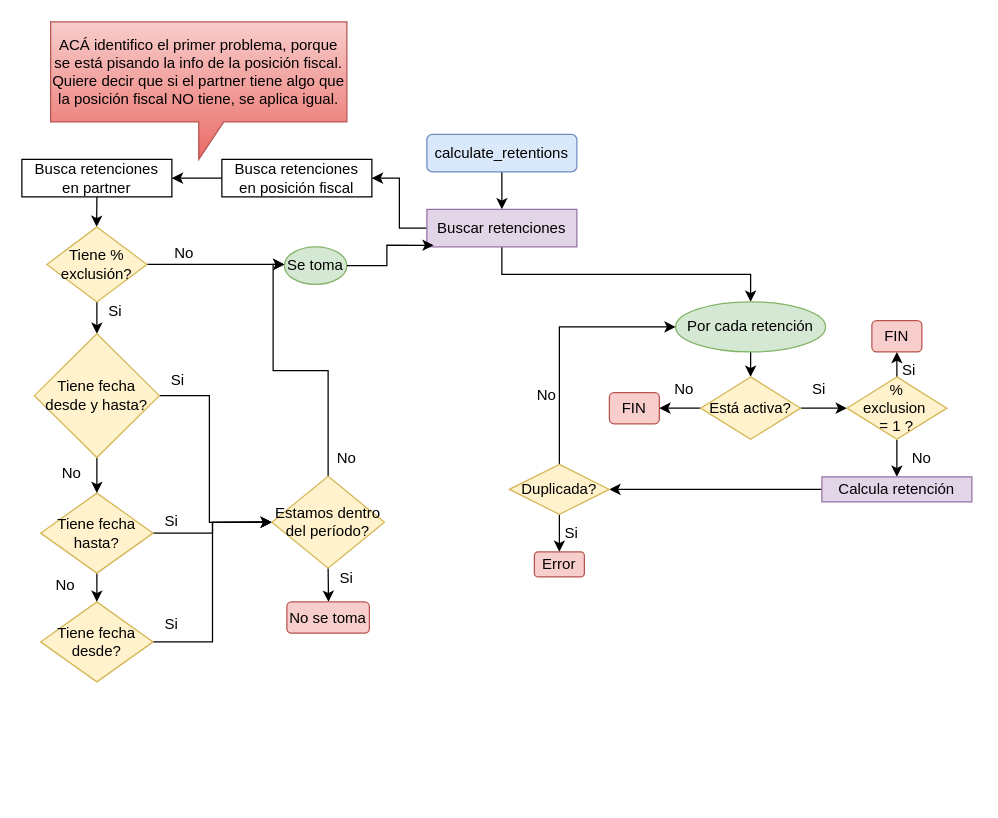
Before: calculate_retentions.drawio in mmakenn/ecommerce-cursoreactjs, a draw.io diagram. Source tidied: cells renumbered, new cells numbered last; positions are measured from the earlier drawing's top-left corner, leaving out a move shared by most shapes. Both pictures are drawn from the tidied source at 125%, with x=0, y=0 at pixel (21, 21).
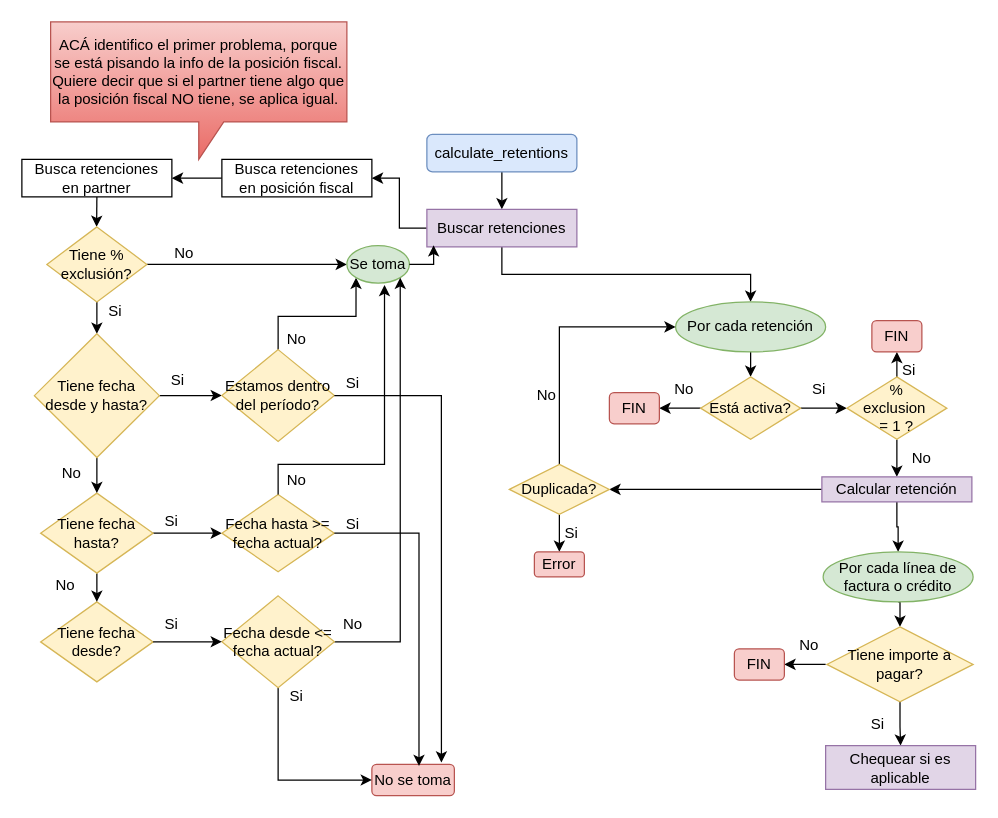
After the change.

The change refers to these unchanged cells:
```xml
<mxCell id="36" value="Tiene %&lt;br&gt;exclusión?" style="rhombus;whiteSpace=wrap;html=1;fillColor=#fff2cc;strokeColor=#d6b656;" parent="1" vertex="1">
  <mxGeometry x="20" y="164" width="80" height="60" as="geometry" />
</mxCell>
<mxCell id="39" value="Tiene fecha desde?" style="rhombus;whiteSpace=wrap;html=1;fillColor=#fff2cc;strokeColor=#d6b656;" parent="1" vertex="1">
  <mxGeometry x="15" y="464" width="90" height="64" as="geometry" />
</mxCell>
<mxCell id="42" value="Tiene fecha hasta?" style="rhombus;whiteSpace=wrap;html=1;fillColor=#fff2cc;strokeColor=#d6b656;" parent="1" vertex="1">
  <mxGeometry x="15" y="377" width="90" height="64" as="geometry" />
</mxCell>
<mxCell id="45" value="Tiene fecha desde y hasta?" style="rhombus;whiteSpace=wrap;html=1;fillColor=#fff2cc;strokeColor=#d6b656;" parent="1" vertex="1">
  <mxGeometry x="10" y="249.5" width="100" height="99" as="geometry" />
</mxCell>
```

What changed in the source:
```diff
@@
+    <mxCell id="60" style="edgeStyle=orthogonalEdgeStyle;rounded=0;jettySize=auto;html=1;exitX=0.5;exitY=1;exitDx=0;exitDy=0;entryX=0.5;entryY=0;entryDx=0;entryDy=0;" parent="1" edge="1" source="24" target="75">
+      <mxGeometry relative="1" as="geometry" />
+    </mxCell>
-    <mxCell id="24" value="Calcula retención" style="rounded=0;whiteSpace=wrap;html=1;fillColor=#e1d5e7;strokeColor=#9673a6;" parent="1" vertex="1">
+    <mxCell id="24" value="Calcular retención" style="rounded=0;whiteSpace=wrap;html=1;fillColor=#e1d5e7;strokeColor=#9673a6;" parent="1" vertex="1">
       <mxGeometry x="640" y="364" width="120" height="20" as="geometry" />
     </mxCell>
@@
-    <mxCell id="34" style="edgeStyle=orthogonalEdgeStyle;rounded=0;jettySize=auto;html=1;exitX=1;exitY=0.5;exitDx=0;exitDy=0;" parent="1" edge="1" source="36">
-      <mxGeometry relative="1" as="geometry">
-        <mxPoint x="210" y="194" as="targetPoint" />
-      </mxGeometry>
+    <mxCell id="34" style="edgeStyle=orthogonalEdgeStyle;rounded=0;jettySize=auto;html=1;exitX=1;exitY=0.5;exitDx=0;exitDy=0;entryX=0;entryY=0.5;entryDx=0;entryDy=0;" parent="1" edge="1" source="36" target="54">
+      <mxGeometry relative="1" as="geometry" />
     </mxCell>
@@
-    <mxCell id="38" style="edgeStyle=orthogonalEdgeStyle;rounded=0;jettySize=auto;html=1;exitX=1;exitY=0.5;exitDx=0;exitDy=0;entryX=0;entryY=0.5;entryDx=0;entryDy=0;" parent="1" edge="1" source="39" target="50">
-      <mxGeometry relative="1" as="geometry" />
-    </mxCell>
@@
-    <mxCell id="41" style="edgeStyle=orthogonalEdgeStyle;rounded=0;jettySize=auto;html=1;exitX=1;exitY=0.5;exitDx=0;exitDy=0;entryX=0;entryY=0.5;entryDx=0;entryDy=0;" parent="1" edge="1" source="42" target="50">
-      <mxGeometry relative="1" as="geometry" />
-    </mxCell>
+    <mxCell id="61" style="edgeStyle=orthogonalEdgeStyle;rounded=0;jettySize=auto;html=1;exitX=1;exitY=0.5;exitDx=0;exitDy=0;entryX=0;entryY=0.5;entryDx=0;entryDy=0;" parent="1" edge="1" source="42" target="62">
+      <mxGeometry relative="1" as="geometry" />
+    </mxCell>
@@
     <mxCell id="44" style="edgeStyle=orthogonalEdgeStyle;rounded=0;jettySize=auto;html=1;exitX=1;exitY=0.5;exitDx=0;exitDy=0;entryX=0;entryY=0.5;entryDx=0;entryDy=0;" parent="1" edge="1" source="45" target="50">
-      <mxGeometry relative="1" as="geometry">
-        <Array as="points">
-          <mxPoint x="150" y="299" />
-          <mxPoint x="150" y="400" />
-        </Array>
-      </mxGeometry>
+      <mxGeometry relative="1" as="geometry" />
     </mxCell>
@@
-    <mxCell id="48" style="edgeStyle=orthogonalEdgeStyle;rounded=0;jettySize=auto;html=1;exitX=0.5;exitY=0;exitDx=0;exitDy=0;" parent="1" edge="1" source="50" target="54">
-      <mxGeometry relative="1" as="geometry">
-        <Array as="points">
-          <mxPoint x="245" y="279" />
-          <mxPoint x="201" y="279" />
-          <mxPoint x="201" y="194" />
-        </Array>
-      </mxGeometry>
+    <mxCell id="48" style="edgeStyle=orthogonalEdgeStyle;rounded=0;jettySize=auto;html=1;exitX=0.5;exitY=0;exitDx=0;exitDy=0;entryX=0;entryY=1;entryDx=0;entryDy=0;" parent="1" edge="1" source="50" target="54">
+      <mxGeometry relative="1" as="geometry" />
     </mxCell>
-    <mxCell id="49" style="edgeStyle=orthogonalEdgeStyle;rounded=0;jettySize=auto;html=1;exitX=0.5;exitY=1;exitDx=0;exitDy=0;" parent="1" edge="1" source="50">
-      <mxGeometry relative="1" as="geometry">
-        <mxPoint x="245.3" y="464" as="targetPoint" />
-      </mxGeometry>
-    </mxCell>
     <mxCell id="50" value="Estamos dentro del período?" style="rhombus;whiteSpace=wrap;html=1;fillColor=#fff2cc;strokeColor=#d6b656;" parent="1" vertex="1">
-      <mxGeometry x="200" y="363.5" width="90" height="73.5" as="geometry" />
+      <mxGeometry x="160" y="262.2" width="90" height="73.5" as="geometry" />
     </mxCell>
@@
     <mxCell id="54" value="Se toma" style="ellipse;whiteSpace=wrap;html=1;fillColor=#d5e8d4;strokeColor=#82b366;" parent="1" vertex="1">
-      <mxGeometry x="210" y="180" width="50" height="30" as="geometry" />
+      <mxGeometry x="260" y="179" width="50" height="30" as="geometry" />
     </mxCell>
@@
     <mxCell id="56" value="No" style="text;html=1;strokeColor=none;fillColor=none;align=center;verticalAlign=middle;whiteSpace=wrap;rounded=0;" parent="1" vertex="1">
-      <mxGeometry x="230" y="333.5" width="60" height="30" as="geometry" />
+      <mxGeometry x="190" y="239" width="60" height="30" as="geometry" />
     </mxCell>
     <mxCell id="57" value="No se toma" style="rounded=1;whiteSpace=wrap;html=1;fillColor=#f8cecc;strokeColor=#b85450;" parent="1" vertex="1">
-      <mxGeometry x="212" y="464" width="66" height="25" as="geometry" />
+      <mxGeometry x="280" y="594" width="66" height="25" as="geometry" />
     </mxCell>
     <mxCell id="58" value="Si" style="text;html=1;strokeColor=none;fillColor=none;align=center;verticalAlign=middle;whiteSpace=wrap;rounded=0;" parent="1" vertex="1">
-      <mxGeometry x="245" y="437" width="30" height="15" as="geometry" />
+      <mxGeometry x="250" y="281.5" width="30" height="15" as="geometry" />
     </mxCell>
@@
+    <mxCell id="62" value="Fecha hasta &amp;gt;=&lt;br&gt;fecha actual?" style="rhombus;whiteSpace=wrap;html=1;fillColor=#fff2cc;strokeColor=#d6b656;" parent="1" vertex="1">
+      <mxGeometry x="160" y="378.1" width="90" height="61.8" as="geometry" />
+    </mxCell>
+    <mxCell id="63" style="edgeStyle=orthogonalEdgeStyle;rounded=0;jettySize=auto;html=1;exitX=0.5;exitY=1;exitDx=0;exitDy=0;entryX=0;entryY=0.5;entryDx=0;entryDy=0;" parent="1" edge="1" source="65" target="57">
+      <mxGeometry relative="1" as="geometry" />
+    </mxCell>
+    <mxCell id="64" style="edgeStyle=orthogonalEdgeStyle;rounded=0;jettySize=auto;html=1;exitX=1;exitY=0.5;exitDx=0;exitDy=0;entryX=1;entryY=1;entryDx=0;entryDy=0;" parent="1" edge="1" source="65" target="54">
+      <mxGeometry relative="1" as="geometry" />
+    </mxCell>
+    <mxCell id="65" value="Fecha desde &amp;lt;=&lt;br&gt;fecha actual?" style="rhombus;whiteSpace=wrap;html=1;fillColor=#fff2cc;strokeColor=#d6b656;" parent="1" vertex="1">
+      <mxGeometry x="160" y="459.2" width="90" height="73.5" as="geometry" />
+    </mxCell>
+    <mxCell id="66" style="edgeStyle=orthogonalEdgeStyle;rounded=0;jettySize=auto;html=1;exitX=1;exitY=0.5;exitDx=0;exitDy=0;entryX=0;entryY=0.5;entryDx=0;entryDy=0;" parent="1" edge="1" source="39" target="65">
+      <mxGeometry relative="1" as="geometry" />
+    </mxCell>
+    <mxCell id="67" value="Si" style="text;html=1;strokeColor=none;fillColor=none;align=center;verticalAlign=middle;whiteSpace=wrap;rounded=0;" parent="1" vertex="1">
+      <mxGeometry x="205" y="532.8" width="30" height="15" as="geometry" />
+    </mxCell>
+    <mxCell id="68" value="No" style="text;html=1;strokeColor=none;fillColor=none;align=center;verticalAlign=middle;whiteSpace=wrap;rounded=0;" parent="1" vertex="1">
+      <mxGeometry x="250" y="474" width="30" height="15" as="geometry" />
+    </mxCell>
+    <mxCell id="69" style="edgeStyle=orthogonalEdgeStyle;rounded=0;jettySize=auto;html=1;exitX=0.5;exitY=0;exitDx=0;exitDy=0;entryX=0.602;entryY=1.048;entryDx=0;entryDy=0;entryPerimeter=0;" parent="1" edge="1" source="62" target="54">
+      <mxGeometry relative="1" as="geometry">
+        <Array as="points">
+          <mxPoint x="205" y="354" />
+          <mxPoint x="290" y="354" />
+        </Array>
+      </mxGeometry>
+    </mxCell>
+    <mxCell id="70" value="No" style="text;html=1;strokeColor=none;fillColor=none;align=center;verticalAlign=middle;whiteSpace=wrap;rounded=0;" parent="1" vertex="1">
+      <mxGeometry x="205" y="359" width="30" height="15" as="geometry" />
+    </mxCell>
+    <mxCell id="71" style="edgeStyle=orthogonalEdgeStyle;rounded=0;jettySize=auto;html=1;exitX=1;exitY=0.5;exitDx=0;exitDy=0;entryX=0.843;entryY=-0.059;entryDx=0;entryDy=0;entryPerimeter=0;" parent="1" edge="1" source="50" target="57">
+      <mxGeometry relative="1" as="geometry" />
+    </mxCell>
+    <mxCell id="72" value="Si" style="text;html=1;strokeColor=none;fillColor=none;align=center;verticalAlign=middle;whiteSpace=wrap;rounded=0;" parent="1" vertex="1">
+      <mxGeometry x="250" y="394" width="30" height="15" as="geometry" />
+    </mxCell>
+    <mxCell id="73" style="edgeStyle=orthogonalEdgeStyle;rounded=0;jettySize=auto;html=1;exitX=1;exitY=0.5;exitDx=0;exitDy=0;entryX=0.571;entryY=0.051;entryDx=0;entryDy=0;entryPerimeter=0;" parent="1" edge="1" source="62" target="57">
+      <mxGeometry relative="1" as="geometry" />
+    </mxCell>
+    <mxCell id="74" style="edgeStyle=orthogonalEdgeStyle;rounded=0;jettySize=auto;html=1;exitX=0.5;exitY=1;exitDx=0;exitDy=0;entryX=0.5;entryY=0;entryDx=0;entryDy=0;" parent="1" edge="1" source="75" target="77">
+      <mxGeometry relative="1" as="geometry" />
+    </mxCell>
+    <mxCell id="75" value="Por cada línea de factura o crédito" style="ellipse;whiteSpace=wrap;html=1;fillColor=#d5e8d4;strokeColor=#82b366;" parent="1" vertex="1">
+      <mxGeometry x="641" y="424" width="120" height="40" as="geometry" />
+    </mxCell>
+    <mxCell id="76" style="edgeStyle=orthogonalEdgeStyle;rounded=0;jettySize=auto;html=1;exitX=0.5;exitY=1;exitDx=0;exitDy=0;" parent="1" edge="1" source="77" target="81">
+      <mxGeometry relative="1" as="geometry" />
+    </mxCell>
+    <mxCell id="77" value="Tiene importe a pagar?" style="rhombus;whiteSpace=wrap;html=1;fillColor=#fff2cc;strokeColor=#d6b656;" parent="1" vertex="1">
+      <mxGeometry x="644" y="484" width="117" height="60" as="geometry" />
+    </mxCell>
+    <mxCell id="78" style="edgeStyle=orthogonalEdgeStyle;rounded=0;orthogonalLoop=1;jettySize=auto;html=1;exitX=0;exitY=0.5;exitDx=0;exitDy=0;" parent="1" edge="1">
+      <mxGeometry relative="1" as="geometry">
+        <mxPoint x="643" y="514" as="sourcePoint" />
+        <mxPoint x="610" y="514" as="targetPoint" />
+      </mxGeometry>
+    </mxCell>
+    <mxCell id="79" value="No" style="text;html=1;strokeColor=none;fillColor=none;align=center;verticalAlign=middle;whiteSpace=wrap;rounded=0;" parent="1" vertex="1">
+      <mxGeometry x="600" y="484" width="60" height="30" as="geometry" />
+    </mxCell>
+    <mxCell id="80" value="FIN" style="rounded=1;whiteSpace=wrap;html=1;fillColor=#f8cecc;strokeColor=#b85450;" parent="1" vertex="1">
+      <mxGeometry x="570" y="501.5" width="40" height="25" as="geometry" />
+    </mxCell>
+    <mxCell id="81" value="Chequear si es aplicable" style="rounded=0;whiteSpace=wrap;html=1;fillColor=#e1d5e7;strokeColor=#9673a6;" parent="1" vertex="1">
+      <mxGeometry x="643" y="579" width="120" height="35" as="geometry" />
+    </mxCell>
+    <mxCell id="82" value="Si" style="text;html=1;strokeColor=none;fillColor=none;align=center;verticalAlign=middle;whiteSpace=wrap;rounded=0;" parent="1" vertex="1">
+      <mxGeometry x="670" y="554" width="30" height="15" as="geometry" />
+    </mxCell>
```
